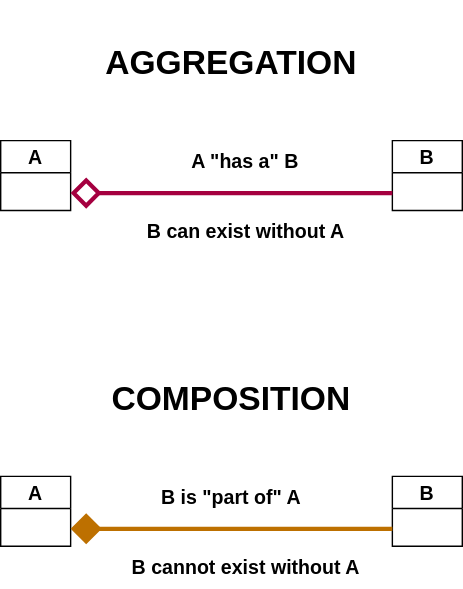
The draw.io diagram P0_UML_Diagrams/ClassRelationships_Aggregation_Composition.svg in surajit1312/Low_Level_System_Design, before a commit. Source tidied: cells renumbered, new cells last; positions are measured from the earlier drawing's top-left corner, leaving out a move shared by most shapes.
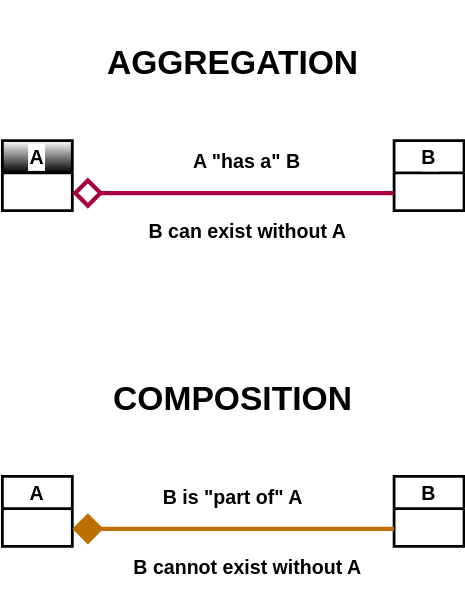
After the change.

Diff of the diagram source:
```diff
@@ -1,41 +1,41 @@
-<mxGraphModel>
+<mxGraphModel background="#ffffff">
   <root>
     <mxCell id="0" />
     <mxCell id="1" parent="0" />
-    <mxCell id="2" value="A" style="swimlane;fontStyle=1;startSize=23;fontSize=14;" parent="1" vertex="1">
+    <mxCell id="2" value="A" style="swimlane;fontStyle=1;startSize=23;fontSize=14;fontColor=#000000;labelBackgroundColor=#FFFFFF;labelBorderColor=#FFFFFF;swimlaneFillColor=#FFFFFF;fillStyle=auto;fillColor=#FFFFFF;gradientColor=default;rounded=0;shadow=0;whiteSpace=wrap;strokeWidth=2;strokeColor=#000000;" parent="1" vertex="1">
       <mxGeometry y="100" width="50" height="50" as="geometry" />
     </mxCell>
-    <mxCell id="3" value="B" style="swimlane;fontStyle=1;fontSize=14;" parent="1" vertex="1">
+    <mxCell id="3" value="B" style="swimlane;fontStyle=1;fontSize=14;fontColor=#000000;labelBorderColor=none;labelBackgroundColor=#FFFFFF;strokeColor=#000000;rounded=0;shadow=0;swimlaneFillColor=none;fillColor=#FFFFFF;strokeWidth=2;" parent="1" vertex="1">
       <mxGeometry x="280" y="100" width="50" height="50" as="geometry" />
     </mxCell>
-    <mxCell id="4" value="&lt;b&gt;A &quot;has a&quot; B&lt;/b&gt;" style="text;html=1;strokeColor=none;fillColor=none;align=center;verticalAlign=middle;whiteSpace=wrap;rounded=0;fontSize=14;" parent="1" vertex="1">
+    <mxCell id="4" value="&lt;b&gt;A &quot;has a&quot; B&lt;/b&gt;" style="text;html=1;strokeColor=none;fillColor=none;align=center;verticalAlign=middle;whiteSpace=wrap;rounded=0;fontSize=14;fontColor=#000000;" parent="1" vertex="1">
       <mxGeometry x="105" y="100" width="140" height="30" as="geometry" />
     </mxCell>
-    <mxCell id="5" value="&lt;b&gt;&lt;font style=&quot;font-size: 24px;&quot;&gt;AGGREGATION&lt;/font&gt;&lt;/b&gt;" style="text;html=1;strokeColor=none;fillColor=none;align=center;verticalAlign=middle;whiteSpace=wrap;rounded=0;fontSize=14;rotation=0;" parent="1" vertex="1">
+    <mxCell id="5" value="&lt;b&gt;&lt;font style=&quot;font-size: 24px;&quot;&gt;AGGREGATION&lt;/font&gt;&lt;/b&gt;" style="text;html=1;strokeColor=none;fillColor=none;align=center;verticalAlign=middle;whiteSpace=wrap;rounded=0;fontSize=14;rotation=0;fontColor=#000000;" parent="1" vertex="1">
       <mxGeometry x="25" width="280" height="90" as="geometry" />
     </mxCell>
-    <mxCell id="6" style="endArrow=diamond;html=1;entryX=1;entryY=0.75;entryDx=0;entryDy=0;exitX=0;exitY=0.75;exitDx=0;exitDy=0;strokeWidth=3;endFill=0;endSize=15;startSize=0;rounded=0;fillColor=#d80073;strokeColor=#A50040;" parent="1" edge="1" source="3" target="2">
+    <mxCell id="6" style="endArrow=diamond;html=1;entryX=1;entryY=0.75;entryDx=0;entryDy=0;exitX=0;exitY=0.75;exitDx=0;exitDy=0;strokeWidth=3;endFill=0;endSize=15;startSize=0;rounded=0;fillColor=#d80073;strokeColor=#A50040;fontColor=#000000;" parent="1" edge="1" source="3" target="2">
       <mxGeometry relative="1" as="geometry" />
     </mxCell>
-    <mxCell id="7" value="&lt;b&gt;&lt;font style=&quot;font-size: 14px;&quot;&gt;B can exist without A&lt;/font&gt;&lt;/b&gt;" style="text;html=1;align=center;verticalAlign=middle;strokeColor=none;fillColor=none;" parent="1" vertex="1">
+    <mxCell id="7" value="&lt;b&gt;&lt;font style=&quot;font-size: 14px;&quot;&gt;B can exist without A&lt;/font&gt;&lt;/b&gt;" style="text;html=1;align=center;verticalAlign=middle;strokeColor=none;fillColor=none;fontColor=#000000;" parent="1" vertex="1">
       <mxGeometry x="95" y="150" width="160" height="30" as="geometry" />
     </mxCell>
-    <mxCell id="8" value="A" style="swimlane;fontStyle=1;startSize=23;fontSize=14;" parent="1" vertex="1">
+    <mxCell id="8" value="A" style="swimlane;fontStyle=1;startSize=23;fontSize=14;fontColor=#000000;strokeColor=#000000;strokeWidth=2;fillColor=#FFFFFF;" parent="1" vertex="1">
       <mxGeometry y="340" width="50" height="50" as="geometry" />
     </mxCell>
-    <mxCell id="9" value="B" style="swimlane;fontStyle=1;fontSize=14;" parent="1" vertex="1">
+    <mxCell id="9" value="B" style="swimlane;fontStyle=1;fontSize=14;fontColor=#000000;strokeColor=#000000;strokeWidth=2;labelBackgroundColor=none;fillColor=#FFFFFF;" parent="1" vertex="1">
       <mxGeometry x="280" y="340" width="50" height="50" as="geometry" />
     </mxCell>
-    <mxCell id="10" value="&lt;b&gt;B is &quot;part of&quot; A&lt;/b&gt;" style="text;html=1;strokeColor=none;fillColor=none;align=center;verticalAlign=middle;whiteSpace=wrap;rounded=0;fontSize=14;" parent="1" vertex="1">
+    <mxCell id="10" value="&lt;b&gt;B is &quot;part of&quot; A&lt;/b&gt;" style="text;html=1;strokeColor=none;fillColor=none;align=center;verticalAlign=middle;whiteSpace=wrap;rounded=0;fontSize=14;fontColor=#000000;" parent="1" vertex="1">
       <mxGeometry x="95" y="340" width="140" height="30" as="geometry" />
     </mxCell>
-    <mxCell id="11" value="&lt;b&gt;&lt;font style=&quot;font-size: 24px;&quot;&gt;COMPOSITION&lt;/font&gt;&lt;/b&gt;" style="text;html=1;strokeColor=none;fillColor=none;align=center;verticalAlign=middle;whiteSpace=wrap;rounded=0;fontSize=14;rotation=0;" parent="1" vertex="1">
+    <mxCell id="11" value="&lt;b&gt;&lt;font style=&quot;font-size: 24px;&quot;&gt;COMPOSITION&lt;/font&gt;&lt;/b&gt;" style="text;html=1;strokeColor=none;fillColor=none;align=center;verticalAlign=middle;whiteSpace=wrap;rounded=0;fontSize=14;rotation=0;fontColor=#000000;" parent="1" vertex="1">
       <mxGeometry x="25" y="240" width="280" height="90" as="geometry" />
     </mxCell>
-    <mxCell id="12" style="endArrow=diamond;html=1;entryX=1;entryY=0.75;entryDx=0;entryDy=0;exitX=0;exitY=0.75;exitDx=0;exitDy=0;strokeWidth=3;endFill=1;endSize=15;startSize=0;rounded=0;fillColor=#f0a30a;strokeColor=#BD7000;" parent="1" edge="1" source="9" target="8">
+    <mxCell id="12" style="endArrow=diamond;html=1;entryX=1;entryY=0.75;entryDx=0;entryDy=0;exitX=0;exitY=0.75;exitDx=0;exitDy=0;strokeWidth=3;endFill=1;endSize=15;startSize=0;rounded=0;fillColor=#f0a30a;strokeColor=#BD7000;fontColor=#000000;" parent="1" edge="1" source="9" target="8">
       <mxGeometry relative="1" as="geometry" />
     </mxCell>
-    <mxCell id="13" value="&lt;b&gt;&lt;font style=&quot;font-size: 14px;&quot;&gt;B cannot exist without A&lt;/font&gt;&lt;/b&gt;" style="text;html=1;align=center;verticalAlign=middle;strokeColor=none;fillColor=none;" parent="1" vertex="1">
+    <mxCell id="13" value="&lt;b&gt;&lt;font style=&quot;font-size: 14px;&quot;&gt;B cannot exist without A&lt;/font&gt;&lt;/b&gt;" style="text;html=1;align=center;verticalAlign=middle;strokeColor=none;fillColor=none;fontColor=#000000;" parent="1" vertex="1">
       <mxGeometry x="80" y="390" width="190" height="30" as="geometry" />
     </mxCell>
   </root>
```
